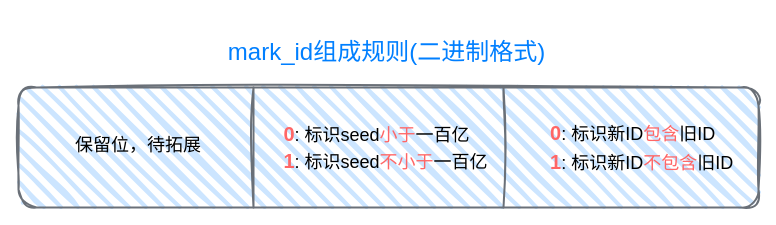
This is mark_id编码规则.drawio from dimdark/my-drawio, a draw.io file, before an edit. Source tidied: cells renumbered, new cells numbered last; positions are measured from the earlier drawing's top-left corner, leaving out a move shared by most shapes. Both pictures are drawn from the tidied source at 100%, with x=0, y=0 at pixel (18, 17).
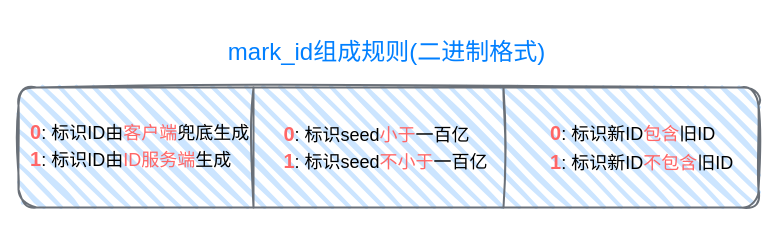
The same page after the edit.

Commit message:
更新mark_id编码规则.drawio

Diff of the diagram source:
```diff
@@
 <mxGraphModel>
   <root>
     <mxCell id="0" />
     <mxCell id="1" parent="0" />
     <mxCell id="2" style="rounded=1;whiteSpace=wrap;html=1;fillColor=#CCE5FF;strokeColor=#6A7078;sketch=1;jiggle=2;fillWeight=4;hachureGap=12;hachureAngle=45;curveFitting=0.95;strokeWidth=2;shadow=0;glass=0;" parent="1" vertex="1">
       <mxGeometry y="70" width="740" height="120" as="geometry" />
     </mxCell>
     <mxCell id="3" style="line;strokeWidth=2;direction=south;html=1;perimeter=backbonePerimeter;sketch=1;fillWeight=4;hachureGap=12;hachureAngle=45;jiggle=2;curveFitting=0.95;strokeColor=#6A7078;fillColor=#CCE5FF;fontSize=4;" parent="1" vertex="1">
       <mxGeometry x="230" y="70" width="10" height="120" as="geometry" />
     </mxCell>
     <mxCell id="4" value="&lt;p style=&quot;line-height: 140%; font-size: 18px;&quot;&gt;&lt;/p&gt;&lt;div style=&quot;line-height: 150%;&quot;&gt;&lt;span style=&quot;background-color: initial;&quot;&gt;&lt;font size=&quot;1&quot; style=&quot;&quot; color=&quot;#ff6666&quot;&gt;&lt;b style=&quot;font-size: 20px;&quot;&gt;0&lt;/b&gt;&lt;/font&gt;: 标识新ID&lt;font color=&quot;#ff6666&quot;&gt;包含&lt;/font&gt;旧ID&lt;/span&gt;&lt;/div&gt;&lt;div style=&quot;&quot;&gt;&lt;span style=&quot;background-color: initial;&quot;&gt;&lt;b style=&quot;&quot;&gt;&lt;font color=&quot;#ff6666&quot; style=&quot;font-size: 20px;&quot;&gt;1&lt;/font&gt;&lt;/b&gt;: 标识新ID&lt;font color=&quot;#ff6666&quot;&gt;不包含&lt;/font&gt;旧ID&lt;/span&gt;&lt;/div&gt;&lt;p style=&quot;font-size: 18px;&quot;&gt;&lt;/p&gt;" style="text;html=1;strokeColor=none;fillColor=none;align=left;verticalAlign=middle;whiteSpace=wrap;rounded=0;sketch=1;fillWeight=4;hachureGap=12;hachureAngle=45;jiggle=2;curveFitting=0.95;strokeWidth=2;spacing=2;fontFamily=Helvetica;fontStyle=0;fontSize=18;" parent="1" vertex="1">
       <mxGeometry x="530" y="95" width="190" height="70" as="geometry" />
     </mxCell>
     <mxCell id="5" value="&lt;p style=&quot;line-height: 150%; font-size: 18px;&quot;&gt;&lt;/p&gt;&lt;div style=&quot;text-align: left; line-height: 150%;&quot;&gt;&lt;span style=&quot;background-color: initial;&quot;&gt;&lt;font color=&quot;#ff6666&quot; style=&quot;font-size: 20px;&quot;&gt;&lt;b&gt;0&lt;/b&gt;&lt;/font&gt;&lt;/span&gt;&lt;span style=&quot;font-size: 18px; background-color: initial;&quot;&gt;: 标识seed&lt;font color=&quot;#ff6666&quot;&gt;小于&lt;/font&gt;一百亿&lt;/span&gt;&lt;/div&gt;&lt;b&gt;&lt;font color=&quot;#ff6666&quot; style=&quot;font-size: 20px;&quot;&gt;1&lt;/font&gt;&lt;/b&gt;: 标识seed&lt;font color=&quot;#ff6666&quot;&gt;不小于&lt;/font&gt;一百亿&lt;p style=&quot;font-size: 18px;&quot;&gt;&lt;/p&gt;" style="text;html=1;strokeColor=none;fillColor=none;align=center;verticalAlign=middle;whiteSpace=wrap;rounded=0;sketch=1;fillWeight=4;hachureGap=12;hachureAngle=45;jiggle=2;curveFitting=0.95;strokeWidth=2;spacing=2;fontSize=18;" parent="1" vertex="1">
       <mxGeometry x="255" y="85" width="225" height="90" as="geometry" />
     </mxCell>
-    <mxCell id="6" value="保留位，待拓展&lt;br style=&quot;font-size: 18px;&quot;&gt;&lt;p style=&quot;line-height: 150%; font-size: 18px;&quot;&gt;&lt;/p&gt;&lt;div style=&quot;text-align: left; font-size: 18px;&quot;&gt;&lt;/div&gt;&lt;p style=&quot;font-size: 18px;&quot;&gt;&lt;/p&gt;" style="text;html=1;strokeColor=none;fillColor=none;align=center;verticalAlign=bottom;whiteSpace=wrap;rounded=0;sketch=1;fillWeight=4;hachureGap=12;hachureAngle=45;jiggle=2;curveFitting=0.95;strokeWidth=2;spacing=2;fontSize=18;" parent="1" vertex="1">
-      <mxGeometry x="30" y="100" width="180" height="60" as="geometry" />
-    </mxCell>
     <mxCell id="7" style="line;strokeWidth=2;direction=south;html=1;perimeter=backbonePerimeter;sketch=1;fillWeight=4;hachureGap=12;hachureAngle=45;jiggle=2;curveFitting=0.95;strokeColor=#6A7078;fillColor=#CCE5FF;fontSize=4;" parent="1" vertex="1">
       <mxGeometry x="480" y="70" width="10" height="120" as="geometry" />
     </mxCell>
     <mxCell id="8" value="mark_id组成规则(二进制格式)" style="text;strokeColor=none;fillColor=none;html=1;fontSize=24;fontStyle=0;verticalAlign=middle;align=center;labelBackgroundColor=none;labelBorderColor=none;sketch=1;fillWeight=4;hachureGap=12;hachureAngle=45;jiggle=2;curveFitting=0.95;strokeWidth=2;fontFamily=Helvetica;fontColor=#007FFF;" parent="1" vertex="1">
       <mxGeometry x="172.5" width="390" height="70" as="geometry" />
     </mxCell>
+    <mxCell id="9" value="&lt;p style=&quot;line-height: 150%; font-size: 18px;&quot;&gt;&lt;/p&gt;&lt;div style=&quot;line-height: 150%;&quot;&gt;&lt;span style=&quot;background-color: initial;&quot;&gt;&lt;font color=&quot;#ff6666&quot; style=&quot;font-size: 20px;&quot;&gt;&lt;b&gt;0&lt;/b&gt;&lt;/font&gt;&lt;/span&gt;&lt;span style=&quot;font-size: 18px; background-color: initial;&quot;&gt;: 标识ID由&lt;font color=&quot;#ff6666&quot;&gt;客户端&lt;/font&gt;兜底生成&lt;/span&gt;&lt;/div&gt;&lt;b&gt;&lt;font color=&quot;#ff6666&quot; style=&quot;font-size: 20px;&quot;&gt;1&lt;/font&gt;&lt;/b&gt;: 标识ID由&lt;font color=&quot;#ff6666&quot;&gt;ID服务端&lt;/font&gt;生成&lt;p style=&quot;font-size: 18px;&quot;&gt;&lt;/p&gt;" style="text;html=1;strokeColor=none;fillColor=none;align=left;verticalAlign=middle;whiteSpace=wrap;rounded=0;sketch=1;fillWeight=4;hachureGap=12;hachureAngle=45;jiggle=2;curveFitting=0.95;strokeWidth=2;spacing=2;fontSize=18;" parent="1" vertex="1">
+      <mxGeometry x="10" y="85" width="230" height="85" as="geometry" />
+    </mxCell>
   </root>
 </mxGraphModel>
```
